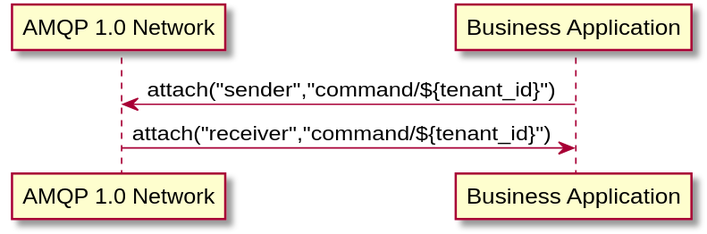
The PlantUML diagram site/documentation/content/api/command_control_send_preconditions.svg in eclipse-hono/hono, before a commit.
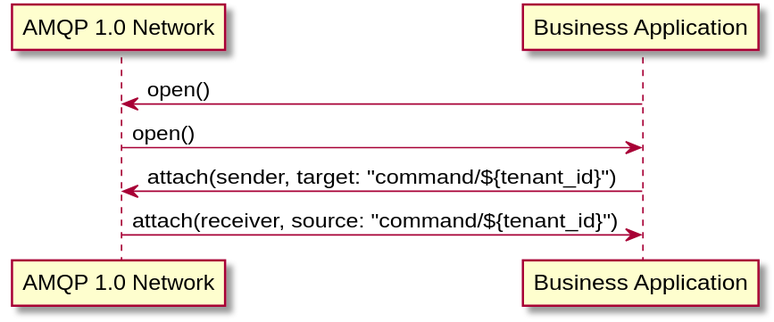
After the change.

Diff of the diagram source:
```diff
@@ -4,6 +4,8 @@
 participant "AMQP 1.0 Network"
 participant "Business Application"
 
-"Business Application" -> "AMQP 1.0 Network": attach("sender","command/${tenant_id}")
-"AMQP 1.0 Network" -> "Business Application": attach("receiver","command/${tenant_id}")
+"Business Application" -> "AMQP 1.0 Network": open()
+"AMQP 1.0 Network" -> "Business Application": open()
+"Business Application" -> "AMQP 1.0 Network": attach(sender, target: "command/${tenant_id}")
+"AMQP 1.0 Network" -> "Business Application": attach(receiver, source: "command/${tenant_id}")
 @enduml
```
